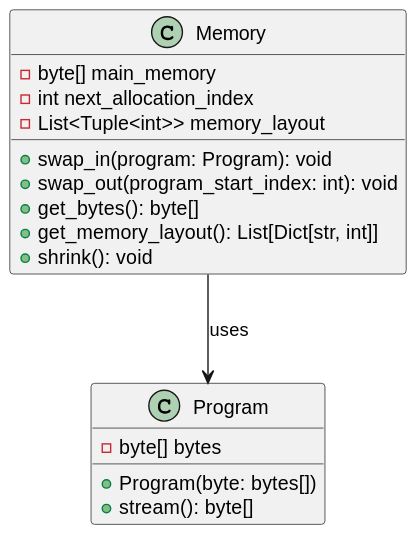
Before: out/schema/MEMSIM.svg, a diagram exported from PlantUML (Caue-Aron/MEMSIM).
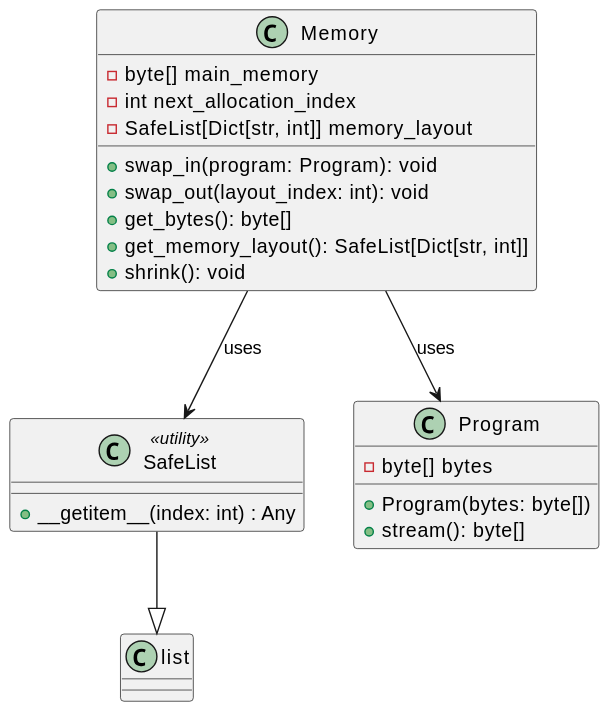
The same file after the commit.

Commit message:
refactor: organização de código feat(memsim): completamente adicionado swap in e swap out

Change to the diagram source:
```diff
@@ -2,21 +2,27 @@
 class Memory {
     - byte[] main_memory
     - int next_allocation_index
-    - List<Tuple<int>> memory_layout
+    - SafeList[Dict[str, int]] memory_layout
 
     + swap_in(program: Program): void
-    + swap_out(program_start_index: int): void
+    + swap_out(layout_index: int): void
     + get_bytes(): byte[]
-    + get_memory_layout(): List[Dict[str, int]]
+    + get_memory_layout(): SafeList[Dict[str, int]]
     + shrink(): void
+}
+
+class SafeList <<utility>> {
+    + __getitem__(index: int) : Any
 }
 
 class Program {
     - byte[] bytes
 
-    + Program(byte: bytes[])
+    + Program(bytes: byte[])
     + stream(): byte[]
 }
 
+SafeList --|> list
 Memory --> Program : uses
+Memory --> SafeList : uses
 @enduml
```
